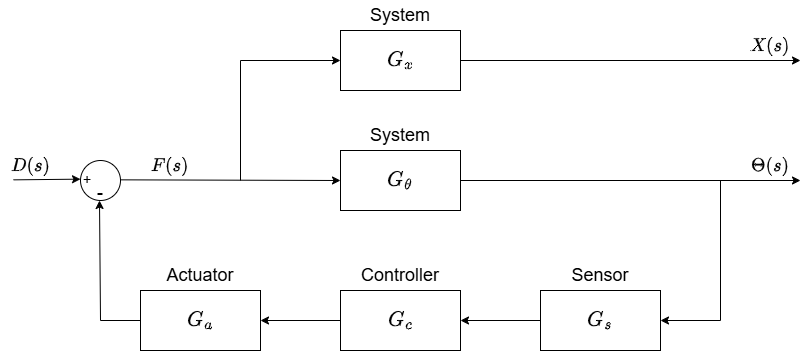
The draw.io diagram UncontrolledX.drawio.png in ollie3951/ELE2038-Control-Lab, before a commit. Source tidied: cells renumbered, new cells last; positions are measured from the earlier drawing's top-left corner, leaving out a move shared by most shapes.
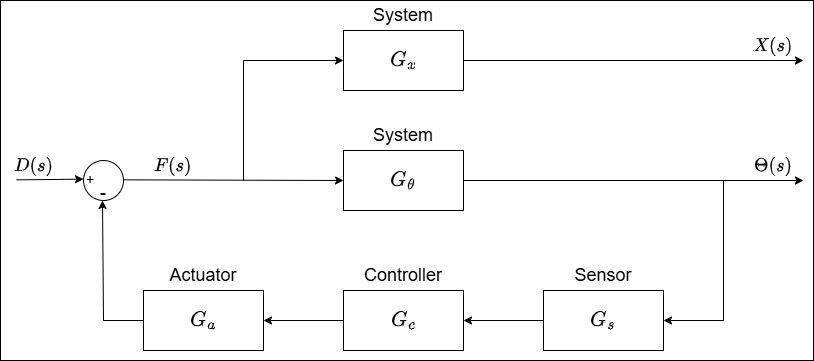
The same file after the commit.

Diff of the diagram source:
```diff
@@ -2,6 +2,9 @@
   <root>
     <mxCell id="0" />
     <mxCell id="1" parent="0" />
+    <mxCell id="33" style="rounded=0;whiteSpace=wrap;html=1;" parent="1" vertex="1">
+      <mxGeometry x="-3" width="813" height="360" as="geometry" />
+    </mxCell>
     <mxCell id="2" style="rounded=0;whiteSpace=wrap;html=1;" parent="1" vertex="1">
       <mxGeometry x="340" y="290" width="120" height="60" as="geometry" />
     </mxCell>
```
